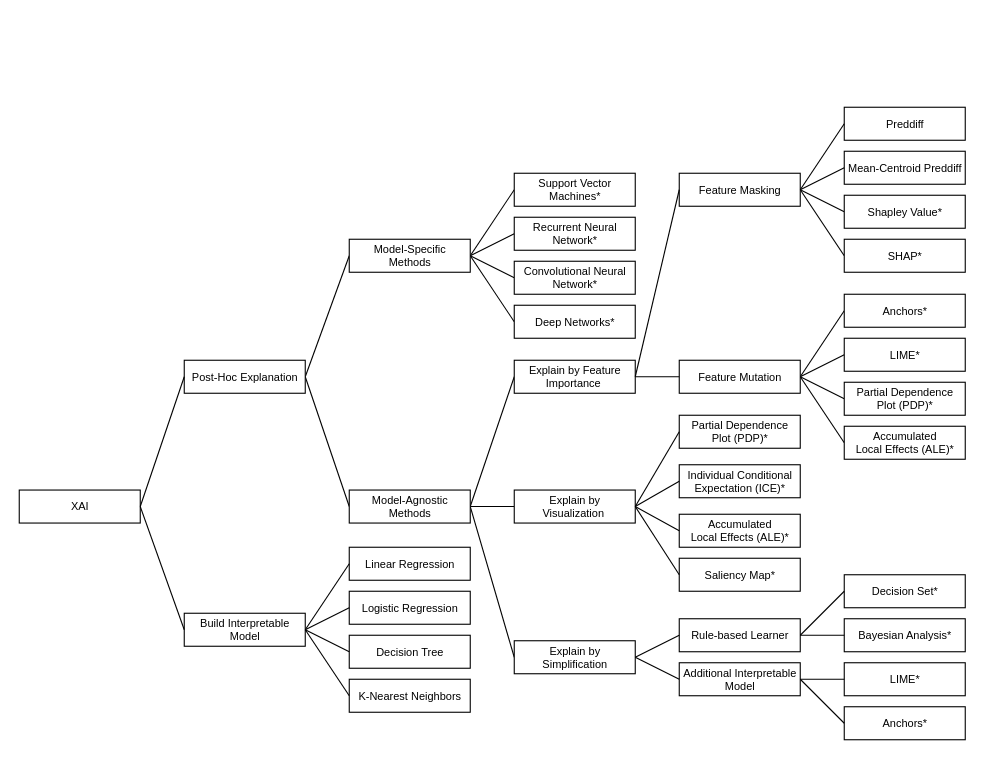
Before: XAITaxonomyUse2.drawio in ZeruiW/XAI-Taxonomy, a draw.io diagram. Source tidied: cells renumbered, new cells numbered last; positions are measured from the earlier drawing's top-left corner, leaving out a move shared by most shapes. Both pictures are drawn from the tidied source at 110%, with x=0, y=0 at pixel (19, 107).
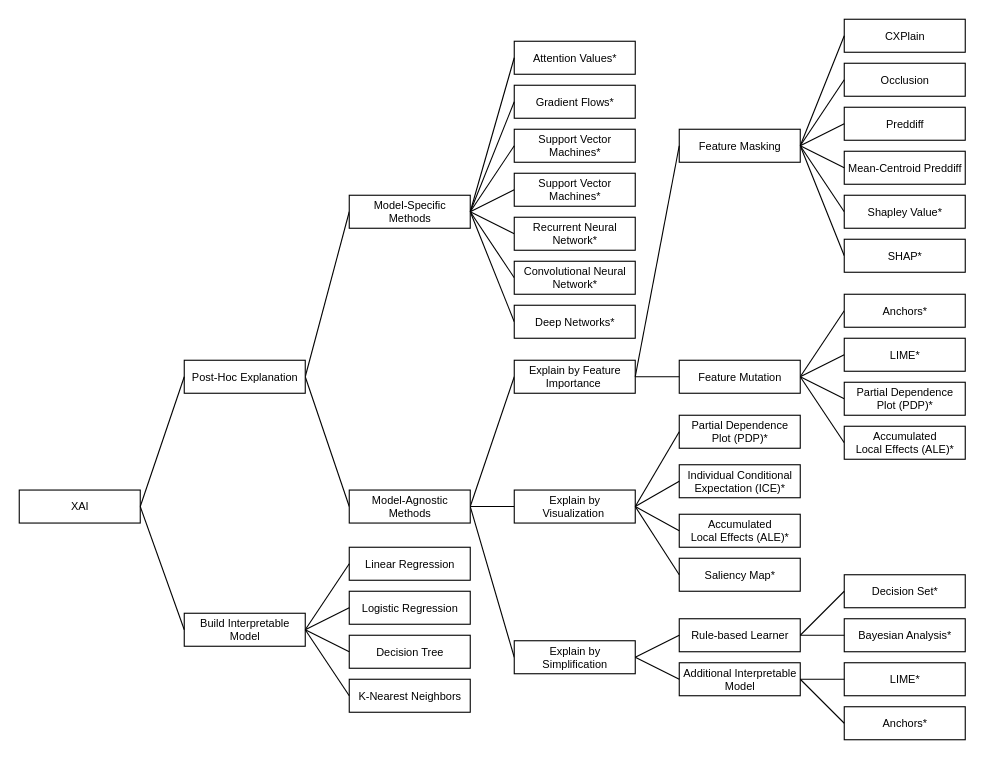
Above is the later version.

Change to the diagram source:
```diff
@@
     <mxCell id="10" value="Model-Specific &lt;br&gt;Methods" style="rounded=0;fontSize=10;html=1;" parent="1" vertex="1">
-      <mxGeometry x="300" y="120" width="110" height="30" as="geometry" />
+      <mxGeometry x="300" y="80" width="110" height="30" as="geometry" />
     </mxCell>
@@
     <mxCell id="21" value="Feature Masking" style="rounded=0;fontSize=10;html=1;" parent="1" vertex="1">
-      <mxGeometry x="600" y="60" width="110" height="30" as="geometry" />
+      <mxGeometry x="600" y="20" width="110" height="30" as="geometry" />
     </mxCell>
@@
+    <mxCell id="74" value="Support Vector &lt;br&gt;Machines*" style="rounded=0;fontSize=10;html=1;" parent="1" vertex="1">
+      <mxGeometry x="450" y="20" width="110" height="30" as="geometry" />
+    </mxCell>
+    <mxCell id="75" value="Gradient Flows*" style="rounded=0;fontSize=10;html=1;" parent="1" vertex="1">
+      <mxGeometry x="450" y="-20" width="110" height="30" as="geometry" />
+    </mxCell>
+    <mxCell id="76" value="Attention Values*" style="rounded=0;fontSize=10;html=1;" parent="1" vertex="1">
+      <mxGeometry x="450" y="-60" width="110" height="30" as="geometry" />
+    </mxCell>
+    <mxCell id="77" style="rounded=0;jettySize=auto;exitX=1;exitY=0.5;exitDx=0;exitDy=0;entryX=0;entryY=0.5;entryDx=0;entryDy=0;endArrow=none;endFill=0;fontSize=10;html=1;" parent="1" edge="1" source="10" target="74">
+      <mxGeometry relative="1" as="geometry" />
+    </mxCell>
+    <mxCell id="78" style="rounded=0;jettySize=auto;entryX=0;entryY=0.5;entryDx=0;entryDy=0;endArrow=none;endFill=0;fontSize=10;html=1;" parent="1" edge="1" target="75">
+      <mxGeometry relative="1" as="geometry">
+        <mxPoint x="410" y="95" as="sourcePoint" />
+      </mxGeometry>
+    </mxCell>
+    <mxCell id="79" style="rounded=0;jettySize=auto;exitX=1;exitY=0.5;exitDx=0;exitDy=0;entryX=0;entryY=0.5;entryDx=0;entryDy=0;endArrow=none;endFill=0;fontSize=10;html=1;" parent="1" edge="1" source="10" target="76">
+      <mxGeometry relative="1" as="geometry" />
+    </mxCell>
+    <mxCell id="80" value="Occlusion" style="rounded=0;fontSize=10;html=1;" parent="1" vertex="1">
+      <mxGeometry x="750" y="-40" width="110" height="30" as="geometry" />
+    </mxCell>
+    <mxCell id="81" value="CXPlain" style="rounded=0;fontSize=10;html=1;" parent="1" vertex="1">
+      <mxGeometry x="750" y="-80" width="110" height="30" as="geometry" />
+    </mxCell>
+    <mxCell id="82" style="endArrow=none;html=1;entryX=0;entryY=0.5;entryDx=0;entryDy=0;exitX=1;exitY=0.5;exitDx=0;exitDy=0;" parent="1" edge="1" source="21" target="80">
+      <mxGeometry relative="1" as="geometry" />
+    </mxCell>
+    <mxCell id="83" style="endArrow=none;html=1;entryX=0;entryY=0.5;entryDx=0;entryDy=0;exitX=1;exitY=0.5;exitDx=0;exitDy=0;" parent="1" edge="1" source="21" target="81">
+      <mxGeometry relative="1" as="geometry" />
+    </mxCell>
```
